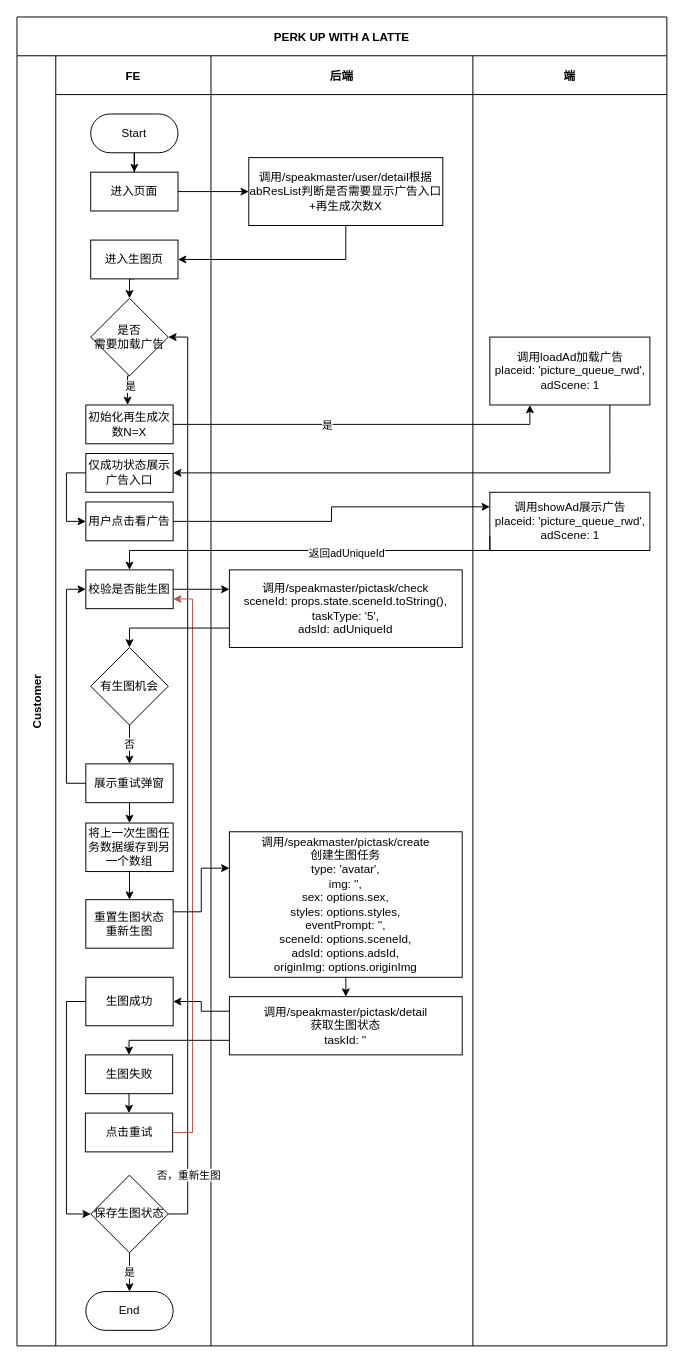
Above: watchAD.drawio in LeeGenD/draw.io (draw.io), before the change. Source tidied: cells renumbered, new cells numbered last; positions are measured from the earlier drawing's top-left corner, leaving out a move shared by most shapes. Both pictures are drawn from the tidied source at 97%, with x=0, y=0 at pixel (16, 16).
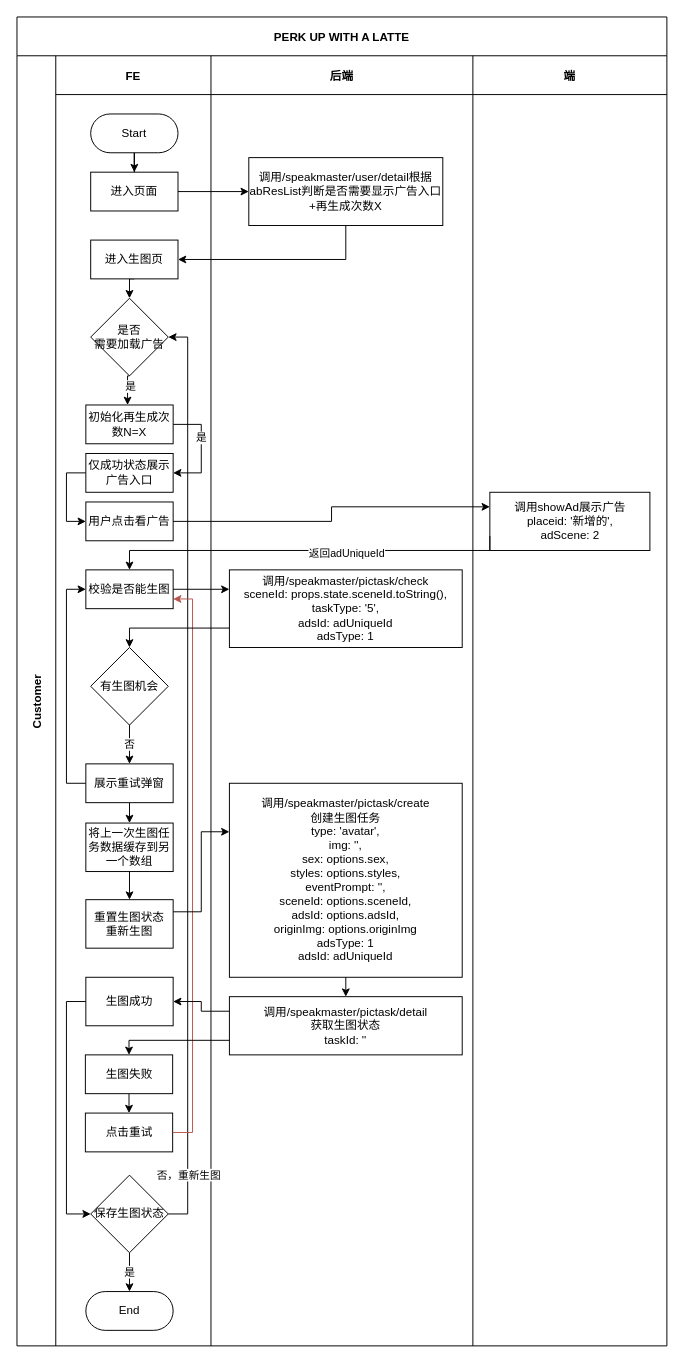
The same page after the edit.

The change refers to these unchanged cells:
```xml
<mxCell id="3" value="Customer" style="shape=tableRow;horizontal=0;swimlaneHead=0;swimlaneBody=0;top=0;left=0;bottom=0;right=0;fillColor=none;startSize=40;fontStyle=1;" parent="2" vertex="1">
  <mxGeometry y="40" width="670" height="1330" as="geometry" />
</mxCell>
<mxCell id="4" value="FE" style="swimlane;swimlaneHead=0;swimlaneBody=0;fillColor=none;startSize=40;fontStyle=1;" parent="3" vertex="1">
  <mxGeometry x="40" width="160" height="1330" as="geometry" />
</mxCell>
<mxCell id="13" value="初始化再生成次数N=X" style="rounded=0;whiteSpace=wrap;html=1;" parent="4" vertex="1">
  <mxGeometry x="31" y="360" width="90" height="40" as="geometry" />
</mxCell>
<mxCell id="32" value="仅成功状态展示广告入口" style="rounded=0;whiteSpace=wrap;html=1;" parent="4" vertex="1">
  <mxGeometry x="31" y="410" width="90" height="40" as="geometry" />
</mxCell>
<mxCell id="37" value="后端" style="swimlane;swimlaneHead=0;swimlaneBody=0;fillColor=none;startSize=40;fontStyle=1;" parent="3" vertex="1">
  <mxGeometry x="200" width="270" height="1330" as="geometry" />
</mxCell>
<mxCell id="43" value="端" style="swimlane;swimlaneHead=0;swimlaneBody=0;fillColor=none;startSize=40;fontStyle=1;" parent="3" vertex="1">
  <mxGeometry x="470" width="200" height="1330" as="geometry" />
</mxCell>
```

Diff of the diagram source:
```diff
@@
+    <mxCell id="48" style="edgeStyle=orthogonalEdgeStyle;rounded=0;jettySize=auto;html=1;exitX=1;exitY=0.5;exitDx=0;exitDy=0;entryX=1;entryY=0.5;entryDx=0;entryDy=0;" parent="4" edge="1" source="13" target="32">
+      <mxGeometry relative="1" as="geometry">
+        <Array as="points">
+          <mxPoint x="150" y="380" />
+          <mxPoint x="150" y="430" />
+        </Array>
+      </mxGeometry>
+    </mxCell>
+    <mxCell id="49" value="是" style="edgeLabel;html=1;align=center;verticalAlign=middle;" parent="48" vertex="1">
+      <mxGeometry x="-0.19" y="-2" relative="1" as="geometry">
+        <mxPoint x="1" y="-2" as="offset" />
+      </mxGeometry>
+    </mxCell>
@@
-    <mxCell id="39" value="调用/speakmaster/pictask/check&lt;div&gt;sceneId: props.state.sceneId.toString(), taskType: '5',&lt;/div&gt;&lt;div&gt;adsId: adUniqueId&lt;/div&gt;" style="rounded=0;whiteSpace=wrap;html=1;" parent="37" vertex="1">
+    <mxCell id="39" value="调用/speakmaster/pictask/check&lt;div&gt;sceneId: props.state.sceneId.toString(), taskType: '5',&lt;/div&gt;&lt;div&gt;adsId: adUniqueId&lt;/div&gt;&lt;div&gt;adsType: 1&lt;/div&gt;" style="rounded=0;whiteSpace=wrap;html=1;" parent="37" vertex="1">
       <mxGeometry x="19" y="530" width="240" height="80" as="geometry" />
     </mxCell>
-    <mxCell id="40" value="调用/speakmaster/pictask/create&lt;div&gt;创建生图任务&lt;br&gt;&lt;div&gt;type: 'avatar',&lt;/div&gt;&lt;div&gt;img: '',&lt;/div&gt;&lt;div&gt;sex: options.sex,&lt;/div&gt;&lt;div&gt;styles: options.styles,&lt;/div&gt;&lt;div&gt;eventPrompt: '',&lt;/div&gt;&lt;div&gt;sceneId: options.sceneId,&lt;/div&gt;&lt;div&gt;adsId: options.adsId,&lt;/div&gt;&lt;div&gt;originImg: options.originImg&lt;br&gt;&lt;/div&gt;&lt;/div&gt;" style="rounded=0;whiteSpace=wrap;html=1;" parent="37" vertex="1">
-      <mxGeometry x="19" y="800" width="240" height="150" as="geometry" />
+    <mxCell id="40" value="调用/speakmaster/pictask/create&lt;div&gt;创建生图任务&lt;br&gt;&lt;div&gt;type: 'avatar',&lt;/div&gt;&lt;div&gt;img: '',&lt;/div&gt;&lt;div&gt;sex: options.sex,&lt;/div&gt;&lt;div&gt;styles: options.styles,&lt;/div&gt;&lt;div&gt;eventPrompt: '',&lt;/div&gt;&lt;div&gt;sceneId: options.sceneId,&lt;/div&gt;&lt;div&gt;adsId: options.adsId,&lt;/div&gt;&lt;div&gt;originImg: options.originImg&lt;br&gt;&lt;/div&gt;&lt;/div&gt;&lt;div&gt;adsType: 1&lt;br&gt;&lt;/div&gt;&lt;div&gt;adsId:&amp;nbsp;&lt;span style=&quot;background-color: transparent; color: light-dark(rgb(0, 0, 0), rgb(255, 255, 255));&quot;&gt;adUniqueId&lt;/span&gt;&lt;br&gt;&lt;/div&gt;" style="rounded=0;whiteSpace=wrap;html=1;" parent="37" vertex="1">
+      <mxGeometry x="19" y="750" width="240" height="200" as="geometry" />
     </mxCell>
@@
-    <mxCell id="44" value="调用loadAd加载广告&lt;div&gt;placeid: 'picture_queue_rwd', adScene: 1&lt;br&gt;&lt;/div&gt;" style="rounded=0;whiteSpace=wrap;html=1;" parent="43" vertex="1">
-      <mxGeometry x="17.5" y="290" width="165" height="70" as="geometry" />
-    </mxCell>
-    <mxCell id="45" value="调用showAd展示广告&lt;div&gt;placeid: 'picture_queue_rwd', adScene: 1&lt;br&gt;&lt;/div&gt;" style="rounded=0;whiteSpace=wrap;html=1;" parent="43" vertex="1">
+    <mxCell id="45" value="调用showAd展示广告&lt;div&gt;placeid: '新增的',&lt;/div&gt;&lt;div&gt;adScene: 2&lt;br&gt;&lt;/div&gt;" style="rounded=0;whiteSpace=wrap;html=1;" parent="43" vertex="1">
       <mxGeometry x="17.5" y="450" width="165" height="60" as="geometry" />
     </mxCell>
@@
-    <mxCell id="48" style="edgeStyle=orthogonalEdgeStyle;rounded=0;jettySize=auto;html=1;exitX=1;exitY=0.5;exitDx=0;exitDy=0;entryX=0.25;entryY=1;entryDx=0;entryDy=0;" parent="3" edge="1" source="13" target="44">
-      <mxGeometry relative="1" as="geometry" />
-    </mxCell>
-    <mxCell id="49" value="是" style="edgeLabel;html=1;align=center;verticalAlign=middle;" parent="48" vertex="1">
-      <mxGeometry x="-0.19" y="-2" relative="1" as="geometry">
-        <mxPoint x="1" y="-2" as="offset" />
-      </mxGeometry>
-    </mxCell>
@@
-    <mxCell id="57" style="edgeStyle=orthogonalEdgeStyle;rounded=0;jettySize=auto;html=1;exitX=0.75;exitY=1;exitDx=0;exitDy=0;entryX=1;entryY=0.5;entryDx=0;entryDy=0;" parent="3" edge="1" source="44" target="32">
-      <mxGeometry relative="1" as="geometry" />
-    </mxCell>
```
